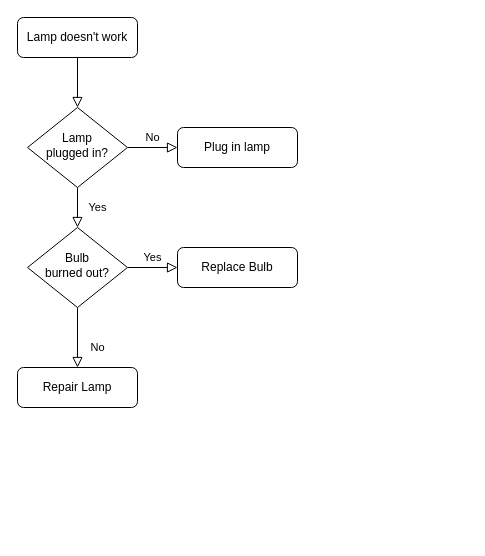
Earlier version of the draw.io diagram test.drawio (zengshing/draw.io). Source tidied: cells renumbered, new cells numbered last; positions are measured from the earlier drawing's top-left corner, leaving out a move shared by most shapes. Both pictures are drawn from the tidied source at 100%, with x=0, y=0 at pixel (17, 17).
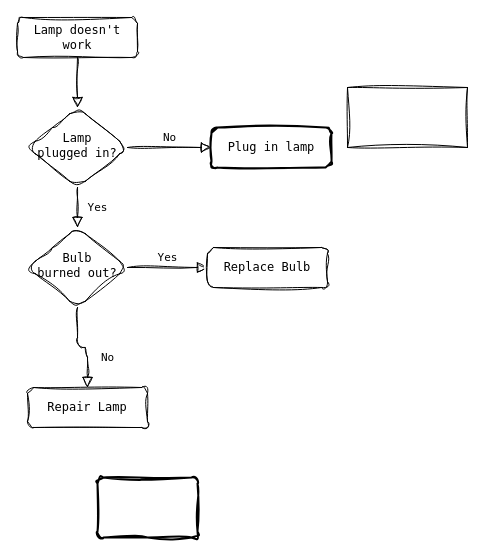
The same diagram, later.

The edit, as a diff of the source:
```diff
@@
 <mxGraphModel>
   <root>
     <mxCell id="0" />
     <mxCell id="1" parent="0" />
-    <mxCell id="2" style="rounded=0;html=1;jettySize=auto;fontSize=11;endArrow=block;endFill=0;endSize=8;strokeWidth=1;shadow=0;labelBackgroundColor=none;edgeStyle=orthogonalEdgeStyle;" parent="1" edge="1" source="3" target="6">
+    <mxCell id="2" style="rounded=1;html=1;jettySize=auto;fontSize=11;endArrow=block;endFill=0;endSize=8;strokeWidth=1;shadow=0;labelBackgroundColor=none;edgeStyle=orthogonalEdgeStyle;sketch=1;curveFitting=1;jiggle=2;fontFamily=Lucida Console;" parent="1" edge="1" source="3" target="6">
       <mxGeometry relative="1" as="geometry" />
     </mxCell>
-    <mxCell id="3" value="Lamp doesn't work" style="rounded=1;whiteSpace=wrap;html=1;fontSize=12;glass=0;strokeWidth=1;shadow=0;" parent="1" vertex="1">
+    <mxCell id="3" value="Lamp doesn't work" style="rounded=1;whiteSpace=wrap;html=1;fontSize=12;glass=0;strokeWidth=1;shadow=0;sketch=1;curveFitting=1;jiggle=2;fontFamily=Lucida Console;" parent="1" vertex="1">
       <mxGeometry width="120" height="40" as="geometry" />
     </mxCell>
-    <mxCell id="4" value="Yes" style="rounded=0;html=1;jettySize=auto;fontSize=11;endArrow=block;endFill=0;endSize=8;strokeWidth=1;shadow=0;labelBackgroundColor=none;edgeStyle=orthogonalEdgeStyle;" parent="1" edge="1" source="6" target="10">
+    <mxCell id="4" value="Yes" style="rounded=1;html=1;jettySize=auto;fontSize=11;endArrow=block;endFill=0;endSize=8;strokeWidth=1;shadow=0;labelBackgroundColor=none;edgeStyle=orthogonalEdgeStyle;sketch=1;curveFitting=1;jiggle=2;fontFamily=Lucida Console;" parent="1" edge="1" source="6" target="10">
       <mxGeometry y="20" relative="1" as="geometry" />
     </mxCell>
-    <mxCell id="5" value="No" style="edgeStyle=orthogonalEdgeStyle;rounded=0;html=1;jettySize=auto;fontSize=11;endArrow=block;endFill=0;endSize=8;strokeWidth=1;shadow=0;labelBackgroundColor=none;" parent="1" edge="1" source="6" target="7">
+    <mxCell id="5" value="No" style="edgeStyle=orthogonalEdgeStyle;rounded=1;html=1;jettySize=auto;fontSize=11;endArrow=block;endFill=0;endSize=8;strokeWidth=1;shadow=0;labelBackgroundColor=none;sketch=1;curveFitting=1;jiggle=2;fontFamily=Lucida Console;" parent="1" edge="1" source="6" target="7">
       <mxGeometry y="10" relative="1" as="geometry" />
     </mxCell>
-    <mxCell id="6" value="Lamp&lt;br&gt;plugged in?" style="rhombus;whiteSpace=wrap;html=1;shadow=0;fontFamily=Helvetica;fontSize=12;align=center;strokeWidth=1;spacing=6;spacingTop=-4;" parent="1" vertex="1">
+    <mxCell id="6" value="Lamp&lt;br&gt;plugged in?" style="rhombus;whiteSpace=wrap;html=1;shadow=0;fontFamily=Lucida Console;fontSize=12;align=center;strokeWidth=1;spacing=6;spacingTop=-4;rounded=1;sketch=1;curveFitting=1;jiggle=2;" parent="1" vertex="1">
       <mxGeometry x="10" y="90" width="100" height="80" as="geometry" />
     </mxCell>
-    <mxCell id="7" value="Plug in lamp" style="rounded=1;whiteSpace=wrap;html=1;fontSize=12;glass=0;strokeWidth=1;shadow=0;" parent="1" vertex="1">
-      <mxGeometry x="160" y="110" width="120" height="40" as="geometry" />
+    <mxCell id="7" value="Plug in lamp" style="rounded=1;whiteSpace=wrap;html=1;fontSize=12;glass=0;strokeWidth=2;shadow=0;sketch=1;curveFitting=1;jiggle=2;fontFamily=Lucida Console;" parent="1" vertex="1">
+      <mxGeometry x="194" y="110" width="120" height="40" as="geometry" />
     </mxCell>
-    <mxCell id="8" value="No" style="rounded=0;html=1;jettySize=auto;fontSize=11;endArrow=block;endFill=0;endSize=8;strokeWidth=1;shadow=0;labelBackgroundColor=none;edgeStyle=orthogonalEdgeStyle;" parent="1" edge="1" source="10" target="11">
+    <mxCell id="8" value="No" style="rounded=1;html=1;jettySize=auto;fontSize=11;endArrow=block;endFill=0;endSize=8;strokeWidth=1;shadow=0;labelBackgroundColor=none;edgeStyle=orthogonalEdgeStyle;sketch=1;curveFitting=1;jiggle=2;fontFamily=Lucida Console;" parent="1" edge="1" source="10" target="11">
       <mxGeometry x="0.33" y="20" relative="1" as="geometry" />
     </mxCell>
-    <mxCell id="9" value="Yes" style="edgeStyle=orthogonalEdgeStyle;rounded=0;html=1;jettySize=auto;fontSize=11;endArrow=block;endFill=0;endSize=8;strokeWidth=1;shadow=0;labelBackgroundColor=none;" parent="1" edge="1" source="10" target="12">
+    <mxCell id="9" value="Yes" style="edgeStyle=orthogonalEdgeStyle;rounded=1;html=1;jettySize=auto;fontSize=11;endArrow=block;endFill=0;endSize=8;strokeWidth=1;shadow=0;labelBackgroundColor=none;sketch=1;curveFitting=1;jiggle=2;fontFamily=Lucida Console;" parent="1" edge="1" source="10" target="12">
       <mxGeometry y="10" relative="1" as="geometry" />
     </mxCell>
-    <mxCell id="10" value="Bulb&lt;br&gt;burned out?" style="rhombus;whiteSpace=wrap;html=1;shadow=0;fontFamily=Helvetica;fontSize=12;align=center;strokeWidth=1;spacing=6;spacingTop=-4;" parent="1" vertex="1">
+    <mxCell id="10" value="Bulb&lt;br&gt;burned out?" style="rhombus;whiteSpace=wrap;html=1;shadow=0;fontFamily=Lucida Console;fontSize=12;align=center;strokeWidth=1;spacing=6;spacingTop=-4;rounded=1;sketch=1;curveFitting=1;jiggle=2;" parent="1" vertex="1">
       <mxGeometry x="10" y="210" width="100" height="80" as="geometry" />
     </mxCell>
-    <mxCell id="11" value="Repair Lamp" style="rounded=1;whiteSpace=wrap;html=1;fontSize=12;glass=0;strokeWidth=1;shadow=0;" parent="1" vertex="1">
-      <mxGeometry y="350" width="120" height="40" as="geometry" />
+    <mxCell id="11" value="Repair Lamp" style="rounded=1;whiteSpace=wrap;html=1;fontSize=12;glass=0;strokeWidth=1;shadow=0;sketch=1;curveFitting=1;jiggle=2;fontFamily=Lucida Console;" parent="1" vertex="1">
+      <mxGeometry x="10" y="370" width="120" height="40" as="geometry" />
     </mxCell>
-    <mxCell id="12" value="Replace Bulb" style="rounded=1;whiteSpace=wrap;html=1;fontSize=12;glass=0;strokeWidth=1;shadow=0;" parent="1" vertex="1">
-      <mxGeometry x="160" y="230" width="120" height="40" as="geometry" />
+    <mxCell id="12" value="Replace Bulb" style="rounded=1;whiteSpace=wrap;html=1;fontSize=12;glass=0;strokeWidth=1;shadow=0;sketch=1;curveFitting=1;jiggle=2;fontFamily=Lucida Console;" parent="1" vertex="1">
+      <mxGeometry x="190" y="230" width="120" height="40" as="geometry" />
     </mxCell>
+    <mxCell id="13" style="rounded=0;whiteSpace=wrap;html=1;sketch=1;curveFitting=1;jiggle=2;fontFamily=Lucida Console;" parent="1" vertex="1">
+      <mxGeometry x="330" y="70" width="120" height="60" as="geometry" />
+    </mxCell>
+    <mxCell id="14" style="shape=parallelogram;html=1;strokeWidth=2;perimeter=parallelogramPerimeter;whiteSpace=wrap;rounded=1;arcSize=12;size=0;sketch=1;curveFitting=1;jiggle=2;fontFamily=Lucida Console;" parent="1" vertex="1">
+      <mxGeometry x="80" y="460" width="100" height="60" as="geometry" />
+    </mxCell>
   </root>
 </mxGraphModel>
```
